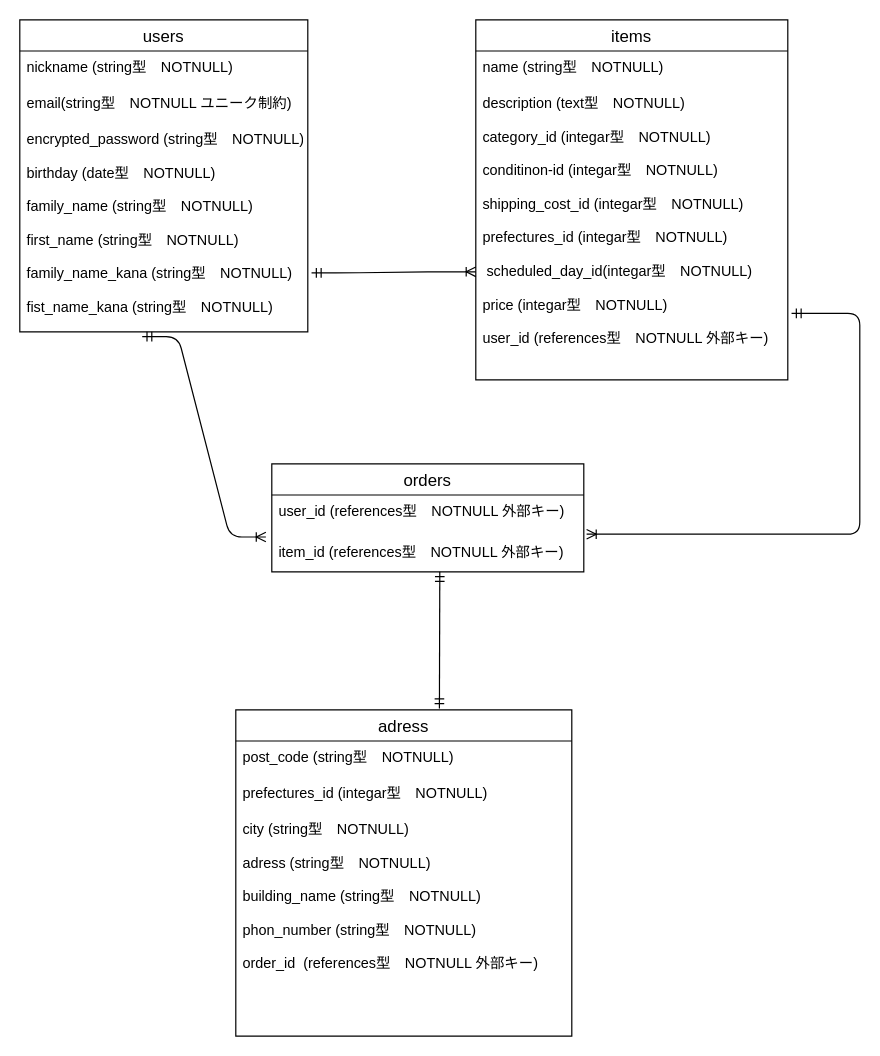
Earlier version of the draw.io diagram furima.dio (FUJITASHOGO2190/furima-38244). Source tidied: cells renumbered, new cells numbered last; positions are measured from the earlier drawing's top-left corner, leaving out a move shared by most shapes. Both pictures are drawn from the tidied source at 120%, with x=0, y=0 at pixel (19, 19).
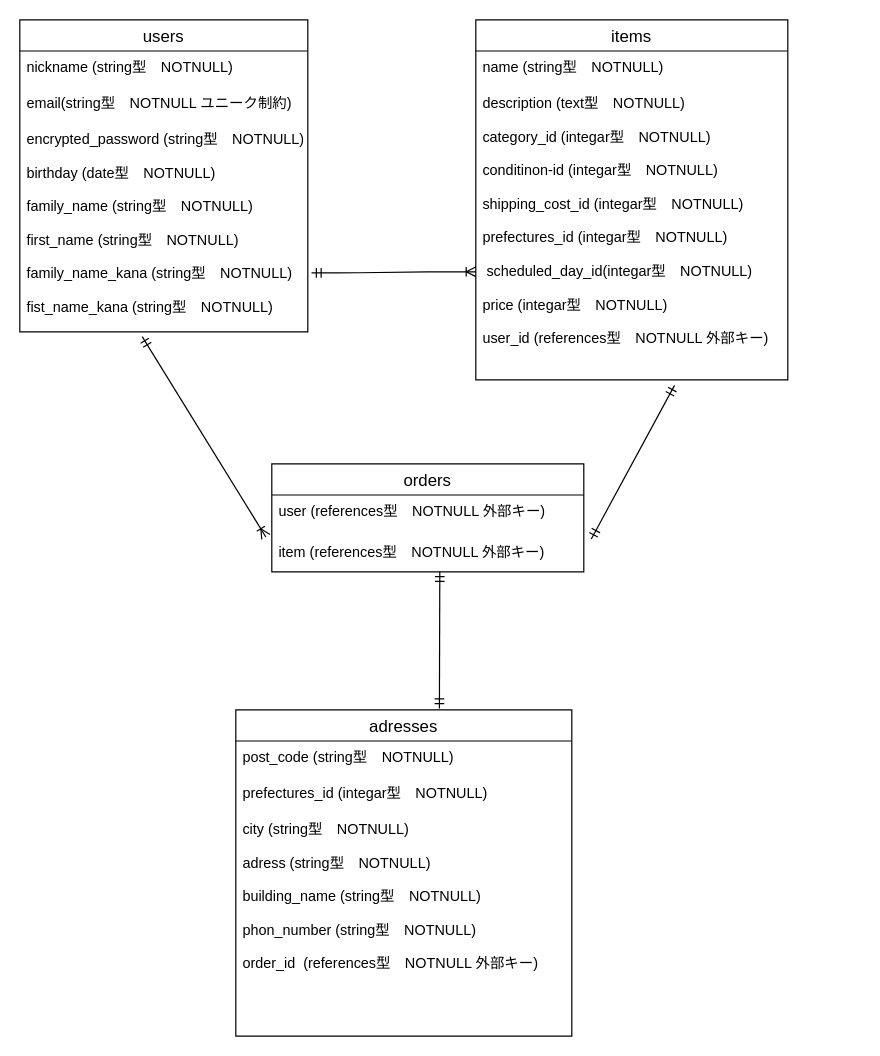
Above is the later version.

Commit message:
データベース設計、修正７

Unchanged cells that the change refers to:
```xml
<mxCell id="5" value="encrypted_password (string型　NOTNULL)&#10;&#10;birthday (date型　NOTNULL)&#10;&#10;family_name (string型　NOTNULL)&#10;&#10;first_name (string型　NOTNULL)&#10;&#10;family_name_kana (string型　NOTNULL)&#10;&#10;fist_name_kana (string型　NOTNULL)&#10;" style="text;strokeColor=none;fillColor=none;spacingLeft=4;spacingRight=4;overflow=hidden;points=[[0,0.5],[1,0.5]];portConstraint=eastwest;fontSize=12;" parent="2" vertex="1">
  <mxGeometry y="86" width="240" height="174" as="geometry" />
</mxCell>
<mxCell id="8" value="description (text型　NOTNULL)&#10;&#10;category_id (integar型　NOTNULL)&#10;&#10;conditinon-id (integar型　NOTNULL)&#10;&#10;shipping_cost_id (integar型　NOTNULL)&#10;&#10;prefectures_id (integar型　NOTNULL)&#10;&#10; scheduled_day_id(integar型　NOTNULL)&#10;&#10;price (integar型　NOTNULL)&#10;&#10;user_id (references型　NOTNULL 外部キー)&#10;" style="text;strokeColor=none;fillColor=none;spacingLeft=4;spacingRight=4;overflow=hidden;points=[[0,0.5],[1,0.5]];portConstraint=eastwest;fontSize=12;" parent="6" vertex="1">
  <mxGeometry y="56" width="260" height="244" as="geometry" />
</mxCell>
<mxCell id="9" value="orders" style="swimlane;fontStyle=0;horizontal=1;startSize=26;align=center;fontSize=14;" parent="1" vertex="1">
  <mxGeometry x="210" y="370" width="260" height="90" as="geometry" />
</mxCell>
```

What changed in the source:
```diff
@@
-    <mxCell id="10" value="user_id (references型　NOTNULL 外部キー)" style="text;strokeColor=none;fillColor=none;spacingLeft=4;spacingRight=4;overflow=hidden;fontSize=12;" parent="9" vertex="1">
+    <mxCell id="10" value="user (references型　NOTNULL 外部キー)" style="text;strokeColor=none;fillColor=none;spacingLeft=4;spacingRight=4;overflow=hidden;fontSize=12;" parent="9" vertex="1">
       <mxGeometry y="26" width="260" height="34" as="geometry" />
     </mxCell>
-    <mxCell id="11" value="item_id (references型　NOTNULL 外部キー)" style="text;strokeColor=none;fillColor=none;spacingLeft=4;spacingRight=4;overflow=hidden;points=[[0,0.5],[1,0.5]];portConstraint=eastwest;fontSize=12;" parent="9" vertex="1">
+    <mxCell id="11" value="item (references型　NOTNULL 外部キー)" style="text;strokeColor=none;fillColor=none;spacingLeft=4;spacingRight=4;overflow=hidden;points=[[0,0.5],[1,0.5]];portConstraint=eastwest;fontSize=12;" parent="9" vertex="1">
       <mxGeometry y="60" width="260" height="30" as="geometry" />
     </mxCell>
-    <mxCell id="12" value="adress" style="swimlane;fontStyle=0;horizontal=1;startSize=26;align=center;fontSize=14;" parent="1" vertex="1">
+    <mxCell id="12" value="adresses" style="swimlane;fontStyle=0;horizontal=1;startSize=26;align=center;fontSize=14;" parent="1" vertex="1">
       <mxGeometry x="180" y="575" width="280" height="272" as="geometry" />
     </mxCell>
@@
-    <mxCell id="16" style="edgeStyle=entityRelationEdgeStyle;fontSize=12;html=1;endArrow=ERoneToMany;startArrow=ERmandOne;exitX=0.425;exitY=1.023;exitDx=0;exitDy=0;exitPerimeter=0;entryX=-0.019;entryY=0.033;entryDx=0;entryDy=0;entryPerimeter=0;" parent="1" edge="1" source="5" target="11">
+    <mxCell id="16" style="fontSize=12;html=1;endArrow=ERoneToMany;startArrow=ERmandOne;exitX=0.425;exitY=1.023;exitDx=0;exitDy=0;exitPerimeter=0;entryX=-0.019;entryY=0.033;entryDx=0;entryDy=0;entryPerimeter=0;" parent="1" edge="1" source="5" target="11">
       <mxGeometry relative="1" as="geometry" />
     </mxCell>
@@
-    <mxCell id="18" style="edgeStyle=elbowEdgeStyle;fontSize=12;html=1;endArrow=ERoneToMany;startArrow=ERmandOne;exitX=1.012;exitY=0.773;exitDx=0;exitDy=0;exitPerimeter=0;entryX=1.009;entryY=-0.044;entryDx=0;entryDy=0;entryPerimeter=0;" parent="1" edge="1" source="8" target="11">
-      <mxGeometry relative="1" as="geometry">
-        <Array as="points">
-          <mxPoint x="700" y="470" />
-          <mxPoint x="680" y="260" />
-        </Array>
-      </mxGeometry>
-    </mxCell>
@@
+    <mxCell id="20" style="fontSize=12;html=1;endArrow=ERmandOne;startArrow=ERmandOne;entryX=0.637;entryY=1.019;entryDx=0;entryDy=0;entryPerimeter=0;exitX=1.024;exitY=0.089;exitDx=0;exitDy=0;exitPerimeter=0;" parent="1" edge="1" source="11" target="8">
+      <mxGeometry relative="1" as="geometry" />
+    </mxCell>
```
